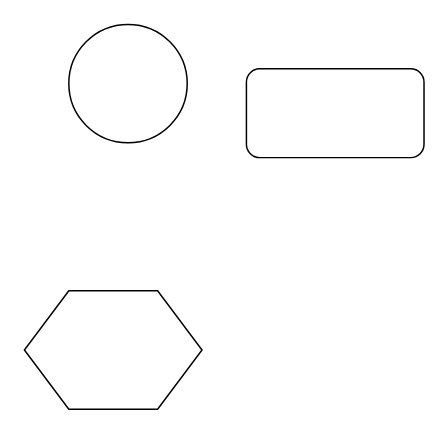
Above: Untitled Diagram.drawio in kajalrp/socket (draw.io), before the change. Source tidied: cells renumbered, new cells numbered last; positions are measured from the earlier drawing's top-left corner, leaving out a move shared by most shapes. Both pictures are drawn from the tidied source at 148%, with x=0, y=0 at pixel (24, 24).
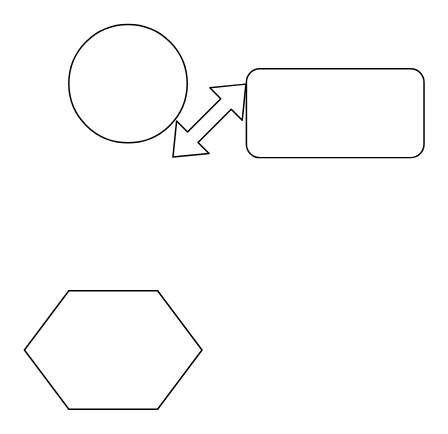
The same diagram, later.

What changed in the source:
```diff
@@
 <mxGraphModel>
   <root>
     <mxCell id="0" />
     <mxCell id="1" parent="0" />
     <mxCell id="2" style="rounded=1;whiteSpace=wrap;html=1;" parent="1" vertex="1">
       <mxGeometry x="150" y="30" width="120" height="60" as="geometry" />
     </mxCell>
     <mxCell id="3" style="ellipse;whiteSpace=wrap;html=1;" parent="1" vertex="1">
       <mxGeometry x="30" width="80" height="80" as="geometry" />
     </mxCell>
     <mxCell id="4" style="shape=hexagon;perimeter=hexagonPerimeter2;whiteSpace=wrap;html=1;" parent="1" vertex="1">
       <mxGeometry y="180" width="120" height="80" as="geometry" />
     </mxCell>
+    <mxCell id="5" style="shape=flexArrow;endArrow=classic;startArrow=classic;html=1;" parent="1" edge="1">
+      <mxGeometry relative="1" as="geometry">
+        <mxPoint x="100" y="90" as="sourcePoint" />
+        <mxPoint x="150" y="40" as="targetPoint" />
+      </mxGeometry>
+    </mxCell>
   </root>
 </mxGraphModel>
```
